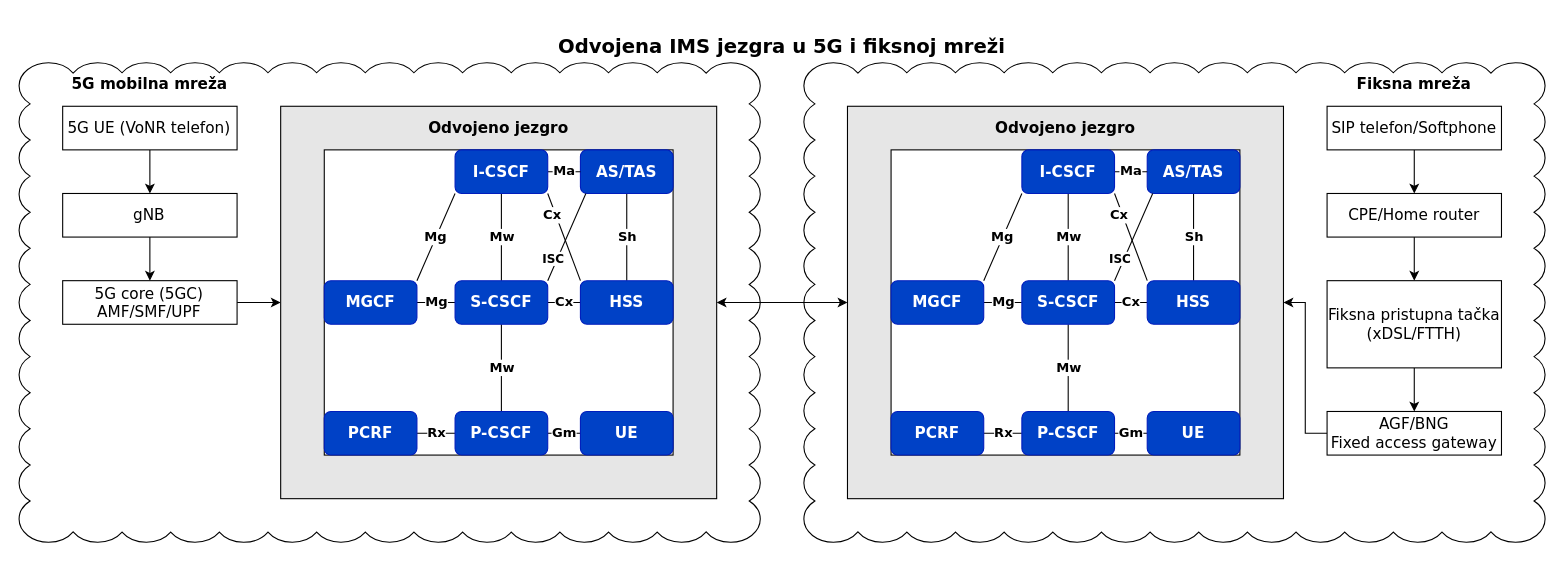
Above: assets/diagrams/draw_io/code/separate_ims_cores_for_5G_and_fixed_network.drawio in ZakiraZaza/SSMTK_FMC_VoNR_IMS_5G (draw.io), before the change. Source tidied: cells renumbered, new cells numbered last; positions are measured from the earlier drawing's top-left corner, leaving out a move shared by most shapes. Both pictures are drawn from the tidied source at 109%, with x=0, y=0 at pixel (19, 19).
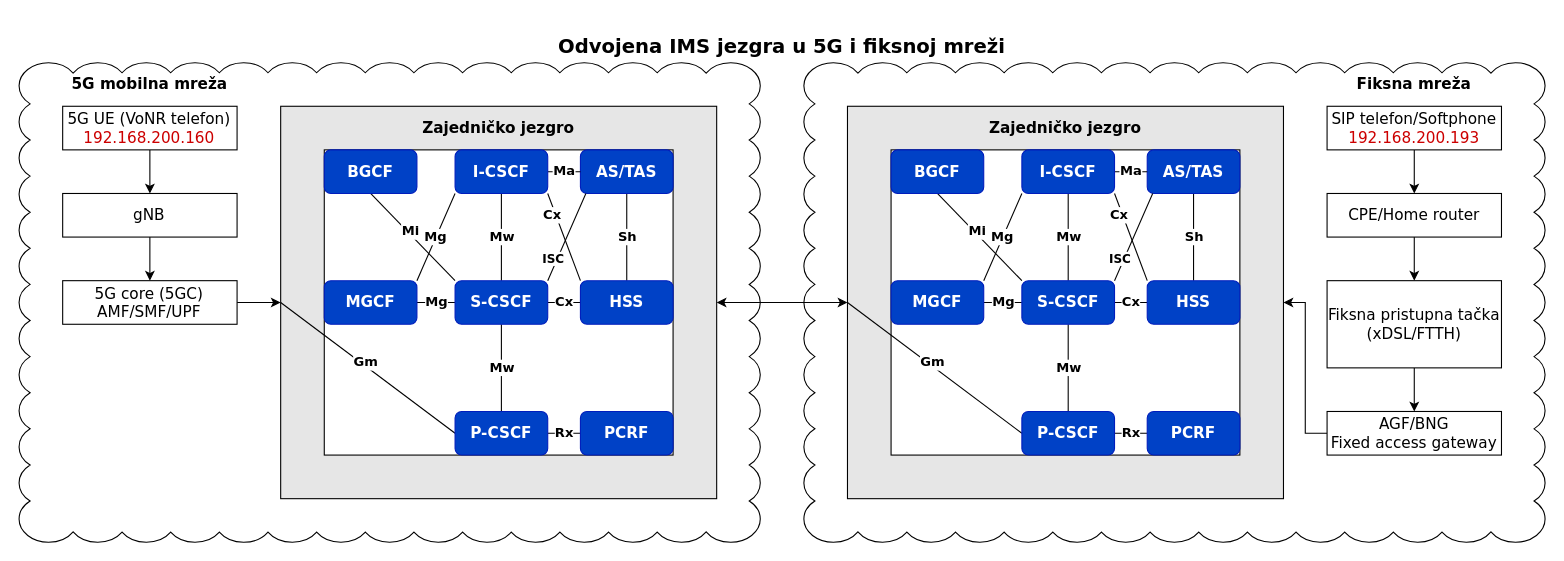
The same page after the edit.

Unchanged cells that the change refers to:
```xml
<mxCell id="10" value="&lt;div&gt;5G core (5GC)&lt;/div&gt;&lt;div&gt;AMF/SMF/UPF&lt;/div&gt;" style="rounded=0;whiteSpace=wrap;html=1;fontSize=14;fontStyle=0;fontFamily=Verdana;spacingLeft=-1;" parent="1" vertex="1">
  <mxGeometry x="40" y="240" width="160" height="40" as="geometry" />
</mxCell>
<mxCell id="21" style="group;" parent="1" vertex="1">
  <mxGeometry x="760" y="80" width="400" height="360" as="geometry" />
</mxCell>
<mxCell id="22" style="rounded=0;whiteSpace=wrap;html=1;fillColor=light-dark(#E6E6E6,#FFFFFF);labelPosition=center;verticalLabelPosition=middle;align=center;verticalAlign=middle;fontFamily=Verdana;" parent="21" vertex="1">
  <mxGeometry width="400" height="360" as="geometry" />
</mxCell>
<mxCell id="35" value="&lt;b&gt;S-CSCF&lt;/b&gt;" style="rounded=1;whiteSpace=wrap;html=1;fillColor=light-dark(#0041C6,#003A74);fontColor=#ffffff;strokeColor=#001DBC;fontSize=14;strokeWidth=1;fontFamily=Verdana;" parent="21" vertex="1">
  <mxGeometry x="160" y="160" width="85" height="40" as="geometry" />
</mxCell>
<mxCell id="40" value="&lt;b&gt;P-CSCF&lt;/b&gt;" style="rounded=1;whiteSpace=wrap;html=1;fillColor=light-dark(#0041C6,#003A74);fontColor=#ffffff;strokeColor=#001DBC;fontSize=14;strokeWidth=1;fontFamily=Verdana;" parent="21" vertex="1">
  <mxGeometry x="160" y="280" width="85" height="40" as="geometry" />
</mxCell>
<mxCell id="44" style="group;" parent="1" vertex="1">
  <mxGeometry x="240" y="80" width="400" height="360" as="geometry" />
</mxCell>
<mxCell id="45" style="rounded=0;whiteSpace=wrap;html=1;fillColor=light-dark(#E6E6E6,#FFFFFF);labelPosition=center;verticalLabelPosition=middle;align=center;verticalAlign=middle;fontFamily=Verdana;" parent="44" vertex="1">
  <mxGeometry width="400" height="360" as="geometry" />
</mxCell>
<mxCell id="58" value="&lt;b&gt;S-CSCF&lt;/b&gt;" style="rounded=1;whiteSpace=wrap;html=1;fillColor=light-dark(#0041C6,#003A74);fontColor=#ffffff;strokeColor=#001DBC;fontSize=14;strokeWidth=1;fontFamily=Verdana;" parent="44" vertex="1">
  <mxGeometry x="160" y="160" width="85" height="40" as="geometry" />
</mxCell>
<mxCell id="63" value="&lt;b&gt;P-CSCF&lt;/b&gt;" style="rounded=1;whiteSpace=wrap;html=1;fillColor=light-dark(#0041C6,#003A74);fontColor=#ffffff;strokeColor=#001DBC;fontSize=14;strokeWidth=1;fontFamily=Verdana;" parent="44" vertex="1">
  <mxGeometry x="160" y="280" width="85" height="40" as="geometry" />
</mxCell>
```

Change to the diagram source:
```diff
@@
-    <mxCell id="6" value="&lt;font&gt;5G UE (VoNR telefon)&lt;/font&gt;" style="rounded=0;whiteSpace=wrap;html=1;fontSize=14;fontStyle=0;fontFamily=Verdana;spacingLeft=-1;" parent="1" vertex="1">
+    <mxCell id="6" value="&lt;div&gt;&lt;font&gt;5G UE (VoNR telefon)&lt;/font&gt;&lt;/div&gt;&lt;div&gt;&lt;font style=&quot;color: rgb(204, 0, 0);&quot;&gt;192.168.200.160&lt;/font&gt;&lt;/div&gt;" style="rounded=0;whiteSpace=wrap;html=1;fontSize=14;fontStyle=0;fontFamily=Verdana;spacingLeft=-1;" parent="1" vertex="1">
       <mxGeometry x="40" y="80" width="160" height="40" as="geometry" />
     </mxCell>
@@
-    <mxCell id="9" style="edgeStyle=orthogonalEdgeStyle;rounded=0;jettySize=auto;html=1;exitX=1;exitY=0.5;exitDx=0;exitDy=0;entryX=0;entryY=0.5;entryDx=0;entryDy=0;strokeWidth=1;" parent="1" edge="1" source="10" target="45">
+    <mxCell id="9" style="edgeStyle=orthogonalEdgeStyle;rounded=0;jettySize=auto;html=1;exitX=1;exitY=0.5;exitDx=0;exitDy=0;entryX=0;entryY=0.5;entryDx=0;entryDy=0;" parent="1" edge="1" source="10" target="45">
       <mxGeometry relative="1" as="geometry" />
     </mxCell>
@@
-    <mxCell id="12" value="SIP telefon/Softphone" style="rounded=0;whiteSpace=wrap;html=1;fontSize=14;fontStyle=0;fontFamily=Verdana;" parent="1" vertex="1">
+    <mxCell id="12" value="&lt;div&gt;SIP telefon/Softphone&lt;/div&gt;&lt;div&gt;&lt;font style=&quot;color: rgb(204, 0, 0);&quot;&gt;192.168.200.193&lt;/font&gt;&lt;/div&gt;" style="rounded=0;whiteSpace=wrap;html=1;fontSize=14;fontStyle=0;fontFamily=Verdana;" parent="1" vertex="1">
       <mxGeometry x="1200" y="80" width="160" height="40" as="geometry" />
     </mxCell>
@@
-    <mxCell id="37" value="Rx" style="rounded=0;jettySize=auto;html=1;exitX=1;exitY=0.5;exitDx=0;exitDy=0;entryX=0;entryY=0.5;entryDx=0;entryDy=0;endArrow=none;endFill=0;fontStyle=1;fontSize=12;fontFamily=Verdana;" parent="21" edge="1" source="38" target="40">
-      <mxGeometry relative="1" as="geometry" />
-    </mxCell>
-    <mxCell id="38" value="&lt;b&gt;PCRF&lt;/b&gt;" style="rounded=1;whiteSpace=wrap;html=1;fillColor=light-dark(#0041C6,#003A74);fontColor=#ffffff;strokeColor=#001DBC;fontSize=14;strokeWidth=1;fontFamily=Verdana;" parent="21" vertex="1">
-      <mxGeometry x="40" y="280" width="85" height="40" as="geometry" />
-    </mxCell>
-    <mxCell id="39" value="Gm" style="rounded=0;jettySize=auto;html=1;exitX=1;exitY=0.5;exitDx=0;exitDy=0;entryX=0;entryY=0.5;entryDx=0;entryDy=0;endArrow=none;endFill=0;fontStyle=1;fontSize=12;fontFamily=Verdana;" parent="21" edge="1" source="40" target="41">
+    <mxCell id="39" value="&lt;div&gt;Rx&lt;/div&gt;" style="rounded=0;jettySize=auto;html=1;exitX=1;exitY=0.5;exitDx=0;exitDy=0;entryX=0;entryY=0.5;entryDx=0;entryDy=0;endArrow=none;endFill=0;fontStyle=1;fontSize=12;fontFamily=Verdana;" parent="21" edge="1" source="40" target="41">
       <mxGeometry relative="1" as="geometry" />
     </mxCell>
+    <mxCell id="68" style="rounded=0;jettySize=auto;html=1;exitX=0;exitY=0.5;exitDx=0;exitDy=0;entryX=0;entryY=0.5;entryDx=0;entryDy=0;endArrow=none;endFill=0;" parent="21" edge="1" source="40" target="22">
+      <mxGeometry relative="1" as="geometry" />
+    </mxCell>
+    <mxCell id="69" value="&lt;font face=&quot;Verdana&quot; style=&quot;font-size: 12px;&quot;&gt;&lt;b&gt;Gm&lt;/b&gt;&lt;/font&gt;" style="edgeLabel;html=1;align=center;verticalAlign=middle;" parent="68" vertex="1">
+      <mxGeometry x="0.06" y="-3" relative="1" as="geometry" />
+    </mxCell>
@@
-    <mxCell id="41" value="&lt;b&gt;UE&lt;/b&gt;" style="rounded=1;whiteSpace=wrap;html=1;fillColor=light-dark(#0041C6,#003A74);fontColor=#ffffff;strokeColor=#001DBC;fontSize=14;strokeWidth=1;fontFamily=Verdana;" parent="21" vertex="1">
+    <mxCell id="41" value="&lt;div&gt;&lt;b&gt;PCRF&lt;/b&gt;&lt;/div&gt;" style="rounded=1;whiteSpace=wrap;html=1;fillColor=light-dark(#0041C6,#003A74);fontColor=#ffffff;strokeColor=#001DBC;fontSize=14;strokeWidth=1;fontFamily=Verdana;" parent="21" vertex="1">
       <mxGeometry x="275" y="280" width="85" height="40" as="geometry" />
     </mxCell>
@@
-    <mxCell id="43" value="&lt;p&gt;&lt;b&gt;&lt;font style=&quot;font-size: 14px;&quot;&gt;Odvojeno jezgro&lt;/font&gt;&lt;/b&gt;&lt;/p&gt;" style="text;html=1;whiteSpace=wrap;strokeColor=none;fillColor=none;align=center;verticalAlign=middle;rounded=0;fontFamily=Verdana;" parent="21" vertex="1">
+    <mxCell id="43" value="&lt;p&gt;&lt;b&gt;&lt;font style=&quot;font-size: 14px;&quot;&gt;Zajedničko jezgro&lt;/font&gt;&lt;/b&gt;&lt;/p&gt;" style="text;html=1;whiteSpace=wrap;strokeColor=none;fillColor=none;align=center;verticalAlign=middle;rounded=0;fontFamily=Verdana;" parent="21" vertex="1">
       <mxGeometry width="400" height="40" as="geometry" />
     </mxCell>
+    <mxCell id="70" style="rounded=0;jettySize=auto;html=1;exitX=0.5;exitY=1;exitDx=0;exitDy=0;entryX=0;entryY=0;entryDx=0;entryDy=0;endArrow=none;endFill=0;" parent="21" edge="1" source="72" target="35">
+      <mxGeometry relative="1" as="geometry" />
+    </mxCell>
+    <mxCell id="71" value="&lt;font style=&quot;font-size: 12px;&quot; face=&quot;Verdana&quot;&gt;&lt;b&gt;Mi&lt;/b&gt;&lt;/font&gt;" style="edgeLabel;html=1;align=center;verticalAlign=middle;" parent="70" vertex="1">
+      <mxGeometry x="-0.1" y="2" relative="1" as="geometry" />
+    </mxCell>
+    <mxCell id="72" value="&lt;div&gt;&lt;b&gt;BGCF&lt;/b&gt;&lt;/div&gt;" style="rounded=1;whiteSpace=wrap;html=1;fillColor=light-dark(#0041C6,#003A74);fontColor=#ffffff;strokeColor=#001DBC;fontSize=14;strokeWidth=1;fontFamily=Verdana;" parent="21" vertex="1">
+      <mxGeometry x="40" y="40" width="85" height="40" as="geometry" />
+    </mxCell>
@@
-    <mxCell id="60" value="Rx" style="rounded=0;jettySize=auto;html=1;exitX=1;exitY=0.5;exitDx=0;exitDy=0;entryX=0;entryY=0.5;entryDx=0;entryDy=0;endArrow=none;endFill=0;fontStyle=1;fontSize=12;fontFamily=Verdana;" parent="44" edge="1" source="61" target="63">
-      <mxGeometry relative="1" as="geometry" />
-    </mxCell>
-    <mxCell id="61" value="&lt;b&gt;PCRF&lt;/b&gt;" style="rounded=1;whiteSpace=wrap;html=1;fillColor=light-dark(#0041C6,#003A74);fontColor=#ffffff;strokeColor=#001DBC;fontSize=14;strokeWidth=1;fontFamily=Verdana;" parent="44" vertex="1">
-      <mxGeometry x="40" y="280" width="85" height="40" as="geometry" />
-    </mxCell>
-    <mxCell id="62" value="Gm" style="rounded=0;jettySize=auto;html=1;exitX=1;exitY=0.5;exitDx=0;exitDy=0;entryX=0;entryY=0.5;entryDx=0;entryDy=0;endArrow=none;endFill=0;fontStyle=1;fontSize=12;fontFamily=Verdana;" parent="44" edge="1" source="63" target="64">
-      <mxGeometry relative="1" as="geometry" />
-    </mxCell>
+    <mxCell id="73" value="&lt;div&gt;Rx&lt;/div&gt;" style="rounded=0;jettySize=auto;html=1;exitX=1;exitY=0.5;exitDx=0;exitDy=0;entryX=0;entryY=0.5;entryDx=0;entryDy=0;endArrow=none;endFill=0;fontStyle=1;fontSize=12;fontFamily=Verdana;" parent="44" edge="1" source="63" target="76">
+      <mxGeometry relative="1" as="geometry" />
+    </mxCell>
+    <mxCell id="74" style="rounded=0;jettySize=auto;html=1;exitX=0;exitY=0.5;exitDx=0;exitDy=0;entryX=0;entryY=0.5;entryDx=0;entryDy=0;endArrow=none;endFill=0;" parent="44" edge="1" source="63" target="45">
+      <mxGeometry relative="1" as="geometry" />
+    </mxCell>
+    <mxCell id="75" value="&lt;font face=&quot;Verdana&quot; style=&quot;font-size: 12px;&quot;&gt;&lt;b&gt;Gm&lt;/b&gt;&lt;/font&gt;" style="edgeLabel;html=1;align=center;verticalAlign=middle;" parent="74" vertex="1">
+      <mxGeometry x="0.06" y="-3" relative="1" as="geometry" />
+    </mxCell>
@@
-    <mxCell id="64" value="&lt;b&gt;UE&lt;/b&gt;" style="rounded=1;whiteSpace=wrap;html=1;fillColor=light-dark(#0041C6,#003A74);fontColor=#ffffff;strokeColor=#001DBC;fontSize=14;strokeWidth=1;fontFamily=Verdana;" parent="44" vertex="1">
-      <mxGeometry x="275" y="280" width="85" height="40" as="geometry" />
-    </mxCell>
+    <mxCell id="76" value="&lt;div&gt;&lt;b&gt;PCRF&lt;/b&gt;&lt;/div&gt;" style="rounded=1;whiteSpace=wrap;html=1;fillColor=light-dark(#0041C6,#003A74);fontColor=#ffffff;strokeColor=#001DBC;fontSize=14;strokeWidth=1;fontFamily=Verdana;" parent="44" vertex="1">
+      <mxGeometry x="275" y="280" width="85" height="40" as="geometry" />
+    </mxCell>
@@
-    <mxCell id="66" value="&lt;p&gt;&lt;b&gt;&lt;font style=&quot;font-size: 14px;&quot;&gt;Odvojeno jezgro&lt;/font&gt;&lt;/b&gt;&lt;/p&gt;" style="text;html=1;whiteSpace=wrap;strokeColor=none;fillColor=none;align=center;verticalAlign=middle;rounded=0;fontFamily=Verdana;" parent="44" vertex="1">
-      <mxGeometry width="400" height="40" as="geometry" />
-    </mxCell>
-    <mxCell id="67" style="edgeStyle=orthogonalEdgeStyle;rounded=0;jettySize=auto;html=1;exitX=1;exitY=0.5;exitDx=0;exitDy=0;entryX=0;entryY=0.5;entryDx=0;entryDy=0;startArrow=classic;startFill=1;" parent="1" edge="1" source="45" target="22">
-      <mxGeometry relative="1" as="geometry" />
-    </mxCell>
+    <mxCell id="77" value="&lt;p&gt;&lt;b&gt;&lt;font style=&quot;font-size: 14px;&quot;&gt;Zajedničko jezgro&lt;/font&gt;&lt;/b&gt;&lt;/p&gt;" style="text;html=1;whiteSpace=wrap;strokeColor=none;fillColor=none;align=center;verticalAlign=middle;rounded=0;fontFamily=Verdana;" parent="44" vertex="1">
+      <mxGeometry width="400" height="40" as="geometry" />
+    </mxCell>
+    <mxCell id="78" style="rounded=0;jettySize=auto;html=1;exitX=0.5;exitY=1;exitDx=0;exitDy=0;entryX=0;entryY=0;entryDx=0;entryDy=0;endArrow=none;endFill=0;" parent="44" edge="1" source="80" target="58">
+      <mxGeometry relative="1" as="geometry" />
+    </mxCell>
+    <mxCell id="79" value="&lt;font style=&quot;font-size: 12px;&quot; face=&quot;Verdana&quot;&gt;&lt;b&gt;Mi&lt;/b&gt;&lt;/font&gt;" style="edgeLabel;html=1;align=center;verticalAlign=middle;" parent="78" vertex="1">
+      <mxGeometry x="-0.1" y="2" relative="1" as="geometry" />
+    </mxCell>
+    <mxCell id="80" value="&lt;div&gt;&lt;b&gt;BGCF&lt;/b&gt;&lt;/div&gt;" style="rounded=1;whiteSpace=wrap;html=1;fillColor=light-dark(#0041C6,#003A74);fontColor=#ffffff;strokeColor=#001DBC;fontSize=14;strokeWidth=1;fontFamily=Verdana;" parent="44" vertex="1">
+      <mxGeometry x="40" y="40" width="85" height="40" as="geometry" />
+    </mxCell>
+    <mxCell id="81" style="edgeStyle=orthogonalEdgeStyle;rounded=0;jettySize=auto;html=1;exitX=0;exitY=0.5;exitDx=0;exitDy=0;startArrow=classic;startFill=1;" parent="1" edge="1" source="22" target="45">
+      <mxGeometry relative="1" as="geometry" />
+    </mxCell>
```
